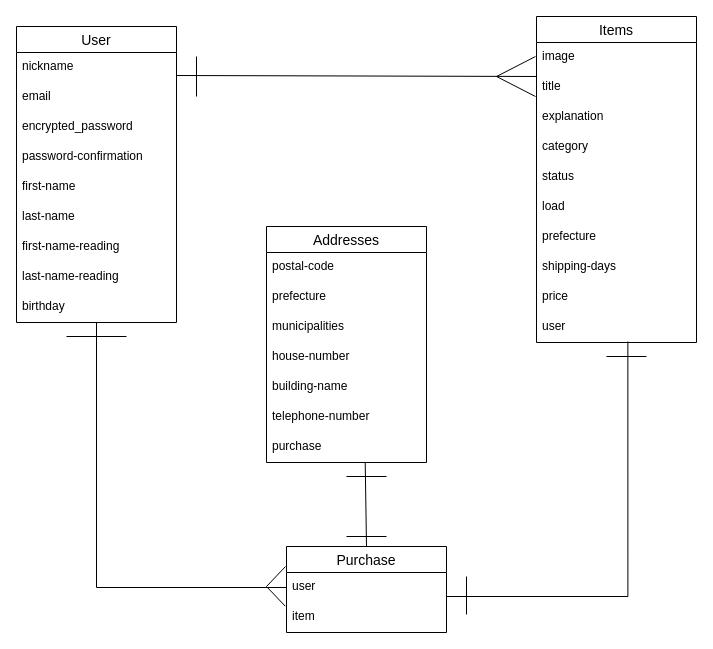
Earlier version of the draw.io diagram correlation_diagram.dio (souka-yuzuki/furima-36781). Source tidied: cells renumbered, new cells numbered last; positions are measured from the earlier drawing's top-left corner, leaving out a move shared by most shapes. Both pictures are drawn from the tidied source at 100%, with x=0, y=0 at pixel (16, 16).
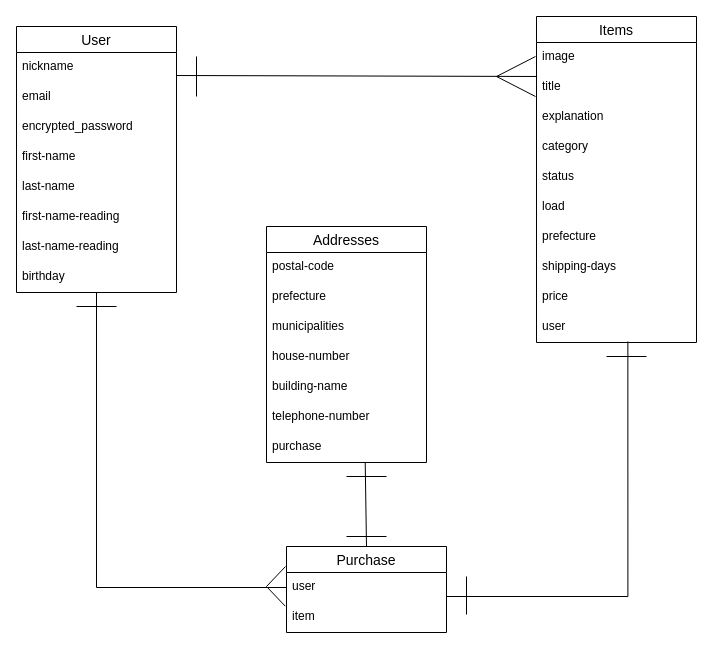
The same page after the edit.

Change to the diagram source:
```diff
@@
     <mxCell id="2" value="User" style="swimlane;fontStyle=0;horizontal=1;startSize=26;align=center;fontSize=14;" parent="1" vertex="1">
-      <mxGeometry y="10" width="160" height="296" as="geometry" />
+      <mxGeometry y="10" width="160" height="266" as="geometry" />
     </mxCell>
@@
-    <mxCell id="6" value="password-confirmation" style="text;strokeColor=none;fillColor=none;spacingLeft=4;spacingRight=4;overflow=hidden;fontSize=12;" parent="2" vertex="1">
-      <mxGeometry y="116" width="160" height="30" as="geometry" />
-    </mxCell>
     <mxCell id="7" value="first-name " style="text;strokeColor=none;fillColor=none;spacingLeft=4;spacingRight=4;overflow=hidden;fontSize=12;" parent="2" vertex="1">
-      <mxGeometry y="146" width="160" height="30" as="geometry" />
+      <mxGeometry y="116" width="160" height="30" as="geometry" />
     </mxCell>
     <mxCell id="8" value="last-name" style="text;strokeColor=none;fillColor=none;spacingLeft=4;spacingRight=4;overflow=hidden;fontSize=12;" parent="2" vertex="1">
-      <mxGeometry y="176" width="160" height="30" as="geometry" />
+      <mxGeometry y="146" width="160" height="30" as="geometry" />
     </mxCell>
     <mxCell id="9" value="first-name-reading" style="text;strokeColor=none;fillColor=none;spacingLeft=4;spacingRight=4;overflow=hidden;fontSize=12;" parent="2" vertex="1">
-      <mxGeometry y="206" width="160" height="30" as="geometry" />
+      <mxGeometry y="176" width="160" height="30" as="geometry" />
     </mxCell>
     <mxCell id="10" value="last-name-reading" style="text;strokeColor=none;fillColor=none;spacingLeft=4;spacingRight=4;overflow=hidden;fontSize=12;" parent="2" vertex="1">
-      <mxGeometry y="236" width="160" height="30" as="geometry" />
+      <mxGeometry y="206" width="160" height="30" as="geometry" />
     </mxCell>
     <mxCell id="11" value="birthday" style="text;strokeColor=none;fillColor=none;spacingLeft=4;spacingRight=4;overflow=hidden;points=[[0,0.5],[1,0.5]];portConstraint=eastwest;fontSize=12;" parent="2" vertex="1">
-      <mxGeometry y="266" width="160" height="30" as="geometry" />
+      <mxGeometry y="236" width="160" height="30" as="geometry" />
     </mxCell>
@@
     <mxCell id="41" style="endArrow=none;html=1;rounded=0;" parent="1" edge="1">
       <mxGeometry relative="1" as="geometry">
-        <mxPoint x="50" y="320" as="sourcePoint" />
-        <mxPoint x="110" y="320" as="targetPoint" />
+        <mxPoint x="60" y="290" as="sourcePoint" />
+        <mxPoint x="100" y="290" as="targetPoint" />
       </mxGeometry>
     </mxCell>
```
